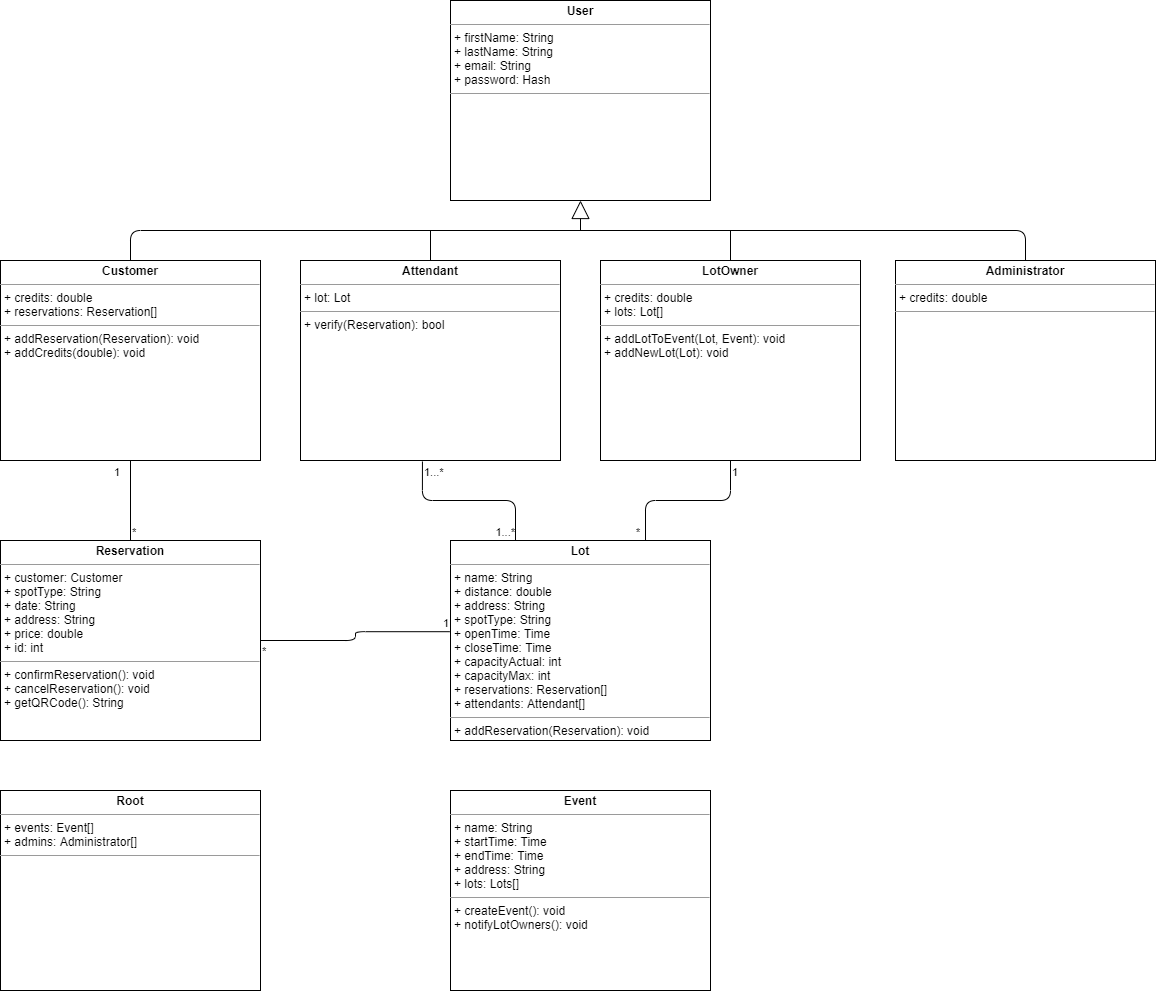
The draw.io diagram docs/Class Diagrams.png in colewebb/group-8, before a commit. Source tidied: cells renumbered, new cells last; positions are measured from the earlier drawing's top-left corner, leaving out a move shared by most shapes.
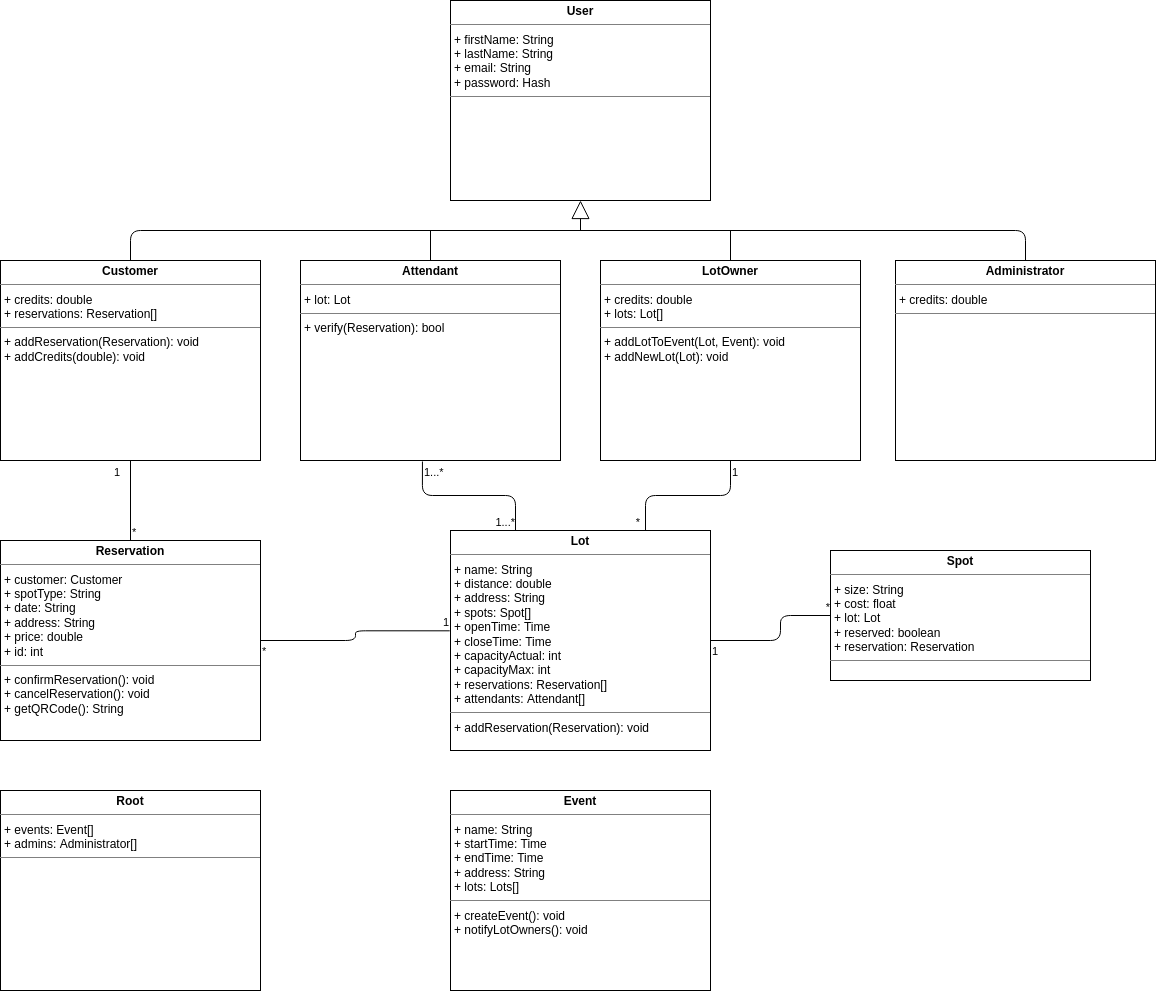
After the commit.

Commit message:
changed class diagrams

The edit, as a diff of the source:
```diff
@@ -8,8 +8,8 @@
     <mxCell id="3" value="&lt;p style=&quot;margin: 0px ; margin-top: 4px ; text-align: center&quot;&gt;&lt;b&gt;Reservation&lt;/b&gt;&lt;/p&gt;&lt;hr size=&quot;1&quot;&gt;&lt;p style=&quot;margin: 0px ; margin-left: 4px&quot;&gt;+ customer: Customer&lt;br&gt;&lt;/p&gt;&lt;p style=&quot;margin: 0px ; margin-left: 4px&quot;&gt;+ spotType: String&lt;/p&gt;&lt;p style=&quot;margin: 0px ; margin-left: 4px&quot;&gt;+ date: String&lt;/p&gt;&lt;p style=&quot;margin: 0px ; margin-left: 4px&quot;&gt;+ address: String&lt;/p&gt;&lt;p style=&quot;margin: 0px ; margin-left: 4px&quot;&gt;+ price: double&lt;/p&gt;&lt;p style=&quot;margin: 0px ; margin-left: 4px&quot;&gt;+ id: int&lt;/p&gt;&lt;hr size=&quot;1&quot;&gt;&lt;p style=&quot;margin: 0px ; margin-left: 4px&quot;&gt;+ confirmReservation(): void&lt;/p&gt;&lt;p style=&quot;margin: 0px ; margin-left: 4px&quot;&gt;+ cancelReservation(): void&lt;/p&gt;&lt;p style=&quot;margin: 0px ; margin-left: 4px&quot;&gt;+ getQRCode(): String&lt;/p&gt;" style="verticalAlign=top;align=left;overflow=fill;fontSize=12;fontFamily=Helvetica;html=1;" parent="1" vertex="1">
       <mxGeometry y="540" width="260" height="200" as="geometry" />
     </mxCell>
-    <mxCell id="4" value="&lt;p style=&quot;margin: 0px ; margin-top: 4px ; text-align: center&quot;&gt;&lt;b&gt;Lot&lt;/b&gt;&lt;/p&gt;&lt;hr size=&quot;1&quot;&gt;&lt;p style=&quot;margin: 0px ; margin-left: 4px&quot;&gt;+ name: String&lt;br&gt;&lt;/p&gt;&lt;p style=&quot;margin: 0px ; margin-left: 4px&quot;&gt;+ distance: double&lt;/p&gt;&lt;p style=&quot;margin: 0px ; margin-left: 4px&quot;&gt;+ address: String&lt;/p&gt;&lt;p style=&quot;margin: 0px ; margin-left: 4px&quot;&gt;+ spotType: String&lt;/p&gt;&lt;p style=&quot;margin: 0px ; margin-left: 4px&quot;&gt;+ openTime: Time&lt;/p&gt;&lt;p style=&quot;margin: 0px ; margin-left: 4px&quot;&gt;+ closeTime: Time&lt;/p&gt;&lt;p style=&quot;margin: 0px ; margin-left: 4px&quot;&gt;+ capacityActual: int&lt;/p&gt;&lt;p style=&quot;margin: 0px ; margin-left: 4px&quot;&gt;+ capacityMax: int&lt;/p&gt;&lt;p style=&quot;margin: 0px ; margin-left: 4px&quot;&gt;&lt;span&gt;+ reservations: Reservation[]&lt;/span&gt;&lt;br&gt;&lt;/p&gt;&lt;p style=&quot;margin: 0px ; margin-left: 4px&quot;&gt;+ attendants: Attendant[]&lt;/p&gt;&lt;hr size=&quot;1&quot;&gt;&lt;p style=&quot;margin: 0px ; margin-left: 4px&quot;&gt;+ addReservation(Reservation): void&lt;/p&gt;" style="verticalAlign=top;align=left;overflow=fill;fontSize=12;fontFamily=Helvetica;html=1;" parent="1" vertex="1">
-      <mxGeometry x="450" y="540" width="260" height="200" as="geometry" />
+    <mxCell id="4" value="&lt;p style=&quot;margin: 0px ; margin-top: 4px ; text-align: center&quot;&gt;&lt;b&gt;Lot&lt;/b&gt;&lt;/p&gt;&lt;hr size=&quot;1&quot;&gt;&lt;p style=&quot;margin: 0px ; margin-left: 4px&quot;&gt;+ name: String&lt;br&gt;&lt;/p&gt;&lt;p style=&quot;margin: 0px ; margin-left: 4px&quot;&gt;+ distance: double&lt;/p&gt;&lt;p style=&quot;margin: 0px ; margin-left: 4px&quot;&gt;+ address: String&lt;/p&gt;&lt;p style=&quot;margin: 0px ; margin-left: 4px&quot;&gt;+ spots: Spot[]&lt;br&gt;&lt;/p&gt;&lt;p style=&quot;margin: 0px ; margin-left: 4px&quot;&gt;+ openTime: Time&lt;/p&gt;&lt;p style=&quot;margin: 0px ; margin-left: 4px&quot;&gt;+ closeTime: Time&lt;/p&gt;&lt;p style=&quot;margin: 0px ; margin-left: 4px&quot;&gt;+ capacityActual: int&lt;/p&gt;&lt;p style=&quot;margin: 0px ; margin-left: 4px&quot;&gt;+ capacityMax: int&lt;/p&gt;&lt;p style=&quot;margin: 0px ; margin-left: 4px&quot;&gt;&lt;span&gt;+ reservations: Reservation[]&lt;/span&gt;&lt;br&gt;&lt;/p&gt;&lt;p style=&quot;margin: 0px ; margin-left: 4px&quot;&gt;+ attendants: Attendant[]&lt;/p&gt;&lt;hr size=&quot;1&quot;&gt;&lt;p style=&quot;margin: 0px ; margin-left: 4px&quot;&gt;+ addReservation(Reservation): void&lt;/p&gt;" style="verticalAlign=top;align=left;overflow=fill;fontSize=12;fontFamily=Helvetica;html=1;" parent="1" vertex="1">
+      <mxGeometry x="450" y="530" width="260" height="220" as="geometry" />
     </mxCell>
     <mxCell id="5" value="&lt;p style=&quot;margin: 0px ; margin-top: 4px ; text-align: center&quot;&gt;&lt;b&gt;Event&lt;/b&gt;&lt;/p&gt;&lt;hr size=&quot;1&quot;&gt;&lt;p style=&quot;margin: 0px ; margin-left: 4px&quot;&gt;+ name: String&lt;br&gt;&lt;/p&gt;&lt;p style=&quot;margin: 0px ; margin-left: 4px&quot;&gt;+ startTime: Time&lt;/p&gt;&lt;p style=&quot;margin: 0px ; margin-left: 4px&quot;&gt;+ endTime: Time&lt;/p&gt;&lt;p style=&quot;margin: 0px ; margin-left: 4px&quot;&gt;+ address: String&lt;/p&gt;&lt;p style=&quot;margin: 0px ; margin-left: 4px&quot;&gt;+ lots: Lots[]&lt;/p&gt;&lt;hr size=&quot;1&quot;&gt;&lt;p style=&quot;margin: 0px ; margin-left: 4px&quot;&gt;+ createEvent(): void&lt;/p&gt;&lt;p style=&quot;margin: 0px ; margin-left: 4px&quot;&gt;+ notifyLotOwners(): void&lt;/p&gt;" style="verticalAlign=top;align=left;overflow=fill;fontSize=12;fontFamily=Helvetica;html=1;" parent="1" vertex="1">
       <mxGeometry x="450" y="790" width="260" height="200" as="geometry" />
@@ -98,5 +98,24 @@
         <mxPoint x="730" y="230" as="targetPoint" />
       </mxGeometry>
     </mxCell>
+    <mxCell id="27" value="&lt;p style=&quot;margin: 0px ; margin-top: 4px ; text-align: center&quot;&gt;&lt;b&gt;Spot&lt;/b&gt;&lt;br&gt;&lt;/p&gt;&lt;hr size=&quot;1&quot;&gt;&lt;p style=&quot;margin: 0px 0px 0px 4px&quot;&gt;&lt;span&gt;+ &lt;/span&gt;size: String&lt;/p&gt;&lt;p style=&quot;margin: 0px 0px 0px 4px&quot;&gt;+ cost: float&lt;/p&gt;&lt;p style=&quot;margin: 0px 0px 0px 4px&quot;&gt;+ lot: Lot&lt;br&gt;&lt;/p&gt;&lt;p style=&quot;margin: 0px 0px 0px 4px&quot;&gt;+ reserved: boolean&lt;/p&gt;&lt;p style=&quot;margin: 0px 0px 0px 4px&quot;&gt;+ reservation: Reservation&lt;br&gt;&lt;/p&gt;&lt;hr size=&quot;1&quot;&gt;&lt;p style=&quot;margin: 0px ; margin-left: 4px&quot;&gt;&lt;br&gt;&lt;/p&gt;" style="verticalAlign=top;align=left;overflow=fill;fontSize=12;fontFamily=Helvetica;html=1;" parent="1" vertex="1">
+      <mxGeometry x="830" y="550" width="260" height="130" as="geometry" />
+    </mxCell>
+    <mxCell id="28" style="endArrow=none;html=1;edgeStyle=orthogonalEdgeStyle;exitX=1;exitY=0.5;exitDx=0;exitDy=0;entryX=0;entryY=0.5;entryDx=0;entryDy=0;" parent="1" edge="1" source="4" target="27">
+      <mxGeometry relative="1" as="geometry">
+        <Array as="points">
+          <mxPoint x="780" y="640" />
+          <mxPoint x="780" y="615" />
+        </Array>
+      </mxGeometry>
+    </mxCell>
+    <mxCell id="29" value="1" style="edgeLabel;html=1;align=left;verticalAlign=bottom;" parent="28" vertex="1">
+      <mxGeometry x="-1" relative="1" as="geometry">
+        <mxPoint y="19" as="offset" />
+      </mxGeometry>
+    </mxCell>
+    <mxCell id="30" value="*" style="edgeLabel;html=1;align=right;verticalAlign=bottom;" parent="28" vertex="1">
+      <mxGeometry x="1" relative="1" as="geometry" />
+    </mxCell>
   </root>
 </mxGraphModel>
```
